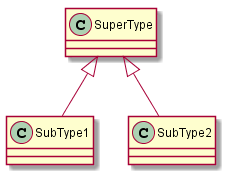
The PlantUML diagram EyeOfBeholder.Uml.Tests/testData/Generalization.png in piotr-polanski/EyeOfBeholder, before a commit. The source it was exported from:
```plantuml
@startuml
SuperType <|-- SubType1
SuperType <|-- SubType2
@enduml
```
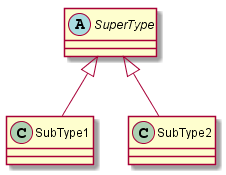
Later version of the same file.

The edit, as a diff of the source:
```diff
@@ -1,4 +1,4 @@
 @startuml
-SuperType <|-- SubType1
-SuperType <|-- SubType2
+abstract SuperType <|-- SubType1
+abstract SuperType <|-- SubType2
 @enduml
```
